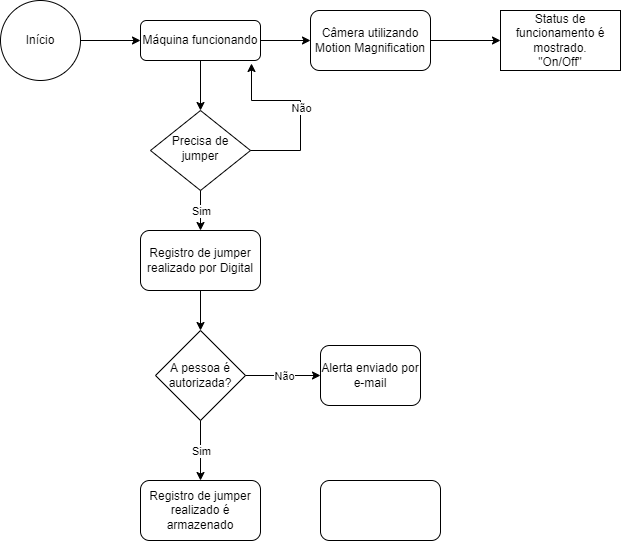
Earlier version of the draw.io export Documentação/fluxograma.drawio.png (MariannaSerpa/Projeto_SOA). Source tidied: cells renumbered, new cells last; positions are measured from the earlier drawing's top-left corner, leaving out a move shared by most shapes.
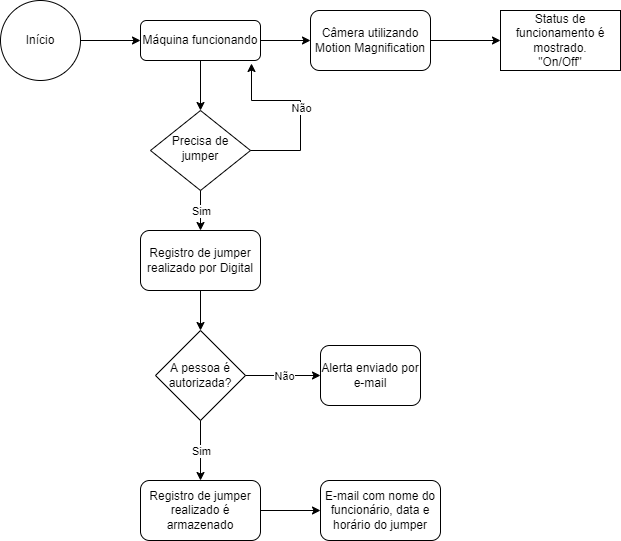
Above is the later version.

Diff of the diagram source:
```diff
@@ -74,8 +74,11 @@
     <mxCell id="23" style="endArrow=classic;html=1;rounded=0;exitX=1;exitY=0.5;exitDx=0;exitDy=0;entryX=0;entryY=0.5;entryDx=0;entryDy=0;" parent="1" edge="1" source="5" target="22">
       <mxGeometry relative="1" as="geometry" />
     </mxCell>
-    <mxCell id="24" style="rounded=1;whiteSpace=wrap;html=1;" parent="1" vertex="1">
+    <mxCell id="24" value="E-mail com nome do funcionário, data e horário do jumper" style="rounded=1;whiteSpace=wrap;html=1;" parent="1" vertex="1">
       <mxGeometry x="320" y="480" width="120" height="60" as="geometry" />
     </mxCell>
+    <mxCell id="25" style="endArrow=classic;html=1;rounded=0;exitX=1;exitY=0.5;exitDx=0;exitDy=0;entryX=0;entryY=0.5;entryDx=0;entryDy=0;" parent="1" edge="1" source="9" target="24">
+      <mxGeometry relative="1" as="geometry" />
+    </mxCell>
   </root>
 </mxGraphModel>
```
